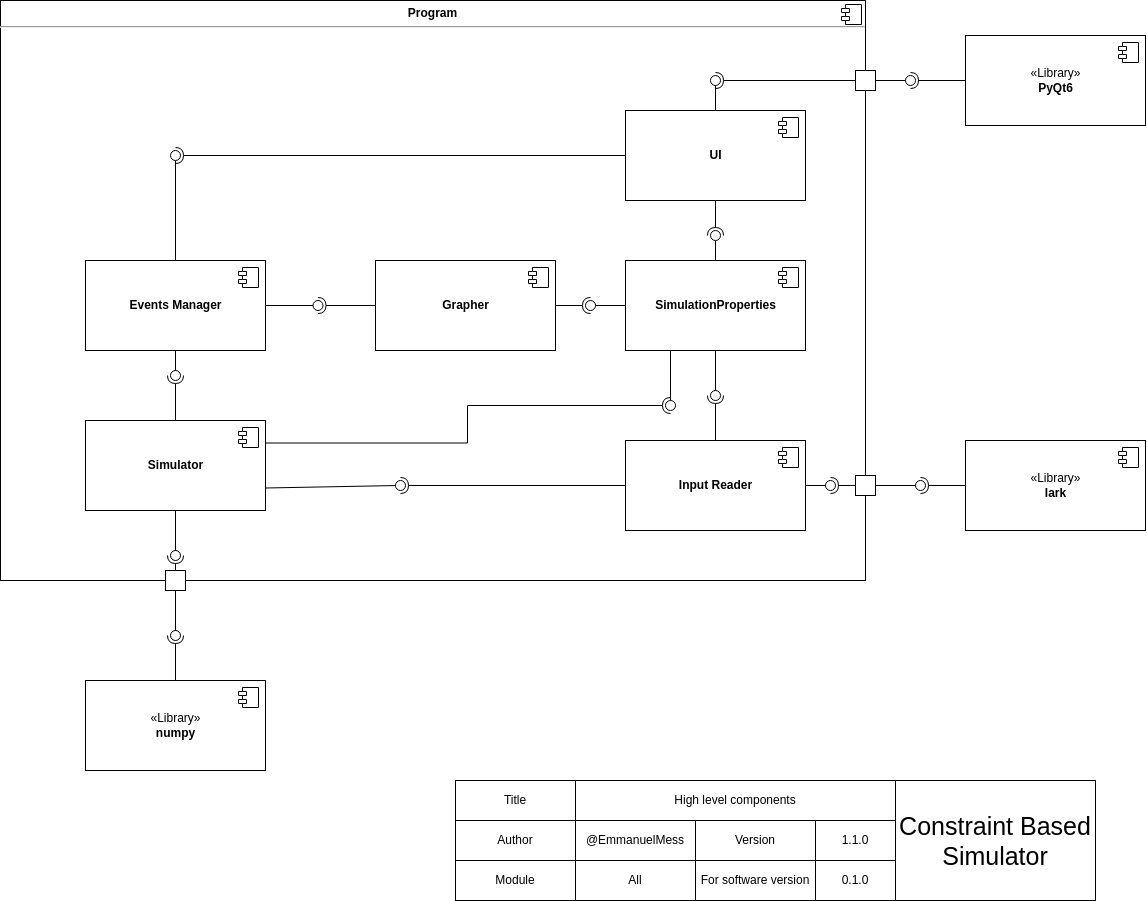
This is design/diagrams/component/high level components.png from EmmanuelMess/ConstraintBasedSimulator, a draw.io export, as it was before one commit. Source tidied: cells renumbered, new cells last; positions are measured from the earlier drawing's top-left corner, leaving out a move shared by most shapes.
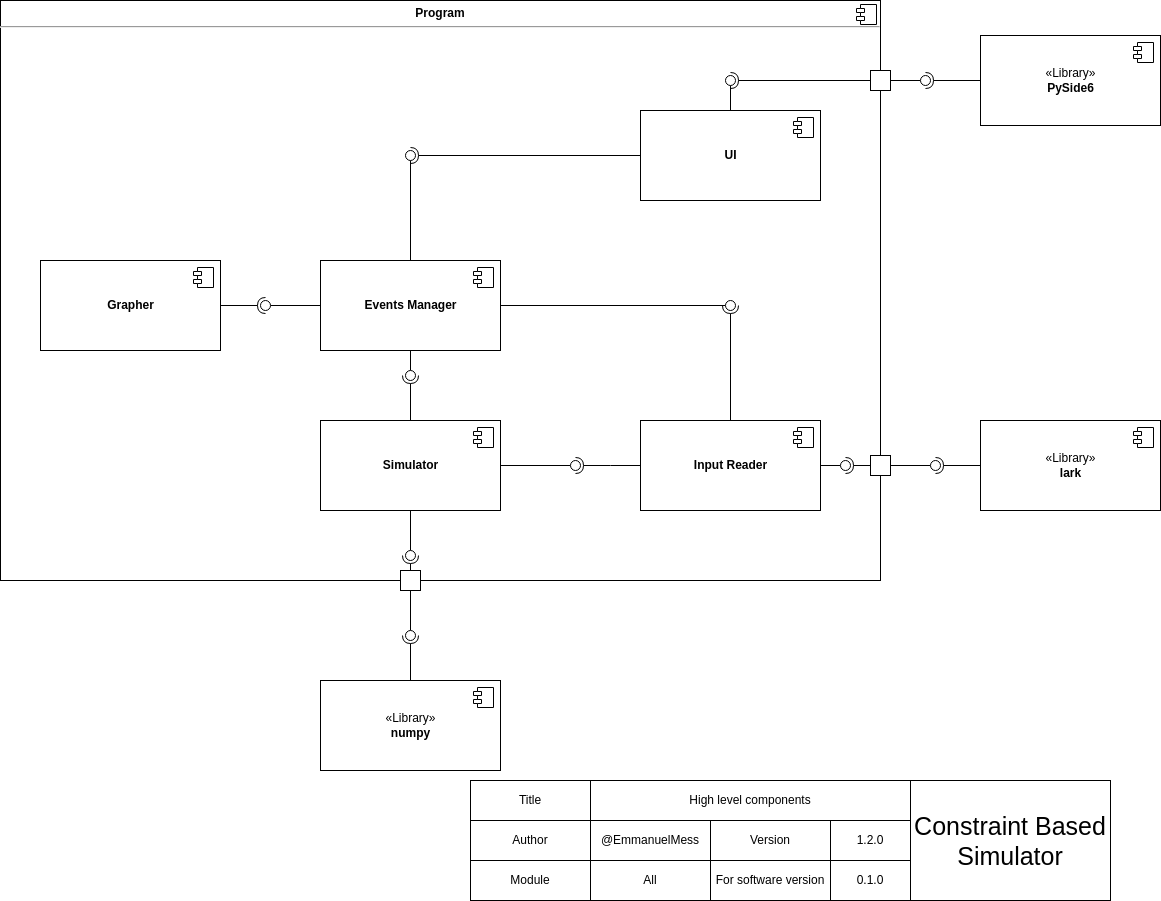
Later version of the same file.

Diff of the diagram source:
```diff
@@ -3,7 +3,7 @@
     <mxCell id="0" />
     <mxCell id="1" parent="0" />
     <mxCell id="2" value="&lt;p style=&quot;margin:0px;margin-top:6px;text-align:center;&quot;&gt;&lt;b&gt;Program&lt;/b&gt;&lt;/p&gt;&lt;hr&gt;&lt;p style=&quot;margin:0px;margin-left:8px;&quot;&gt;&lt;br&gt;&lt;/p&gt;" style="align=left;overflow=fill;html=1;shadow=0;fillColor=default;" parent="1" vertex="1">
-      <mxGeometry width="865" height="580" as="geometry" />
+      <mxGeometry x="-15" width="880" height="580" as="geometry" />
     </mxCell>
     <mxCell id="3" style="shape=component;jettyWidth=8;jettyHeight=4;" parent="2" vertex="1">
       <mxGeometry x="1" width="20" height="20" relative="1" as="geometry">
@@ -18,7 +18,7 @@
         <mxPoint x="-27" y="7" as="offset" />
       </mxGeometry>
     </mxCell>
-    <mxCell id="6" value="«Library»&lt;br&gt;&lt;b&gt;PyQt6&lt;/b&gt;" style="html=1;" parent="1" vertex="1">
+    <mxCell id="6" value="«Library»&lt;br&gt;&lt;b&gt;PySide6&lt;/b&gt;" style="html=1;" parent="1" vertex="1">
       <mxGeometry x="965" y="35" width="180" height="90" as="geometry" />
     </mxCell>
     <mxCell id="7" style="shape=module;jettyWidth=8;jettyHeight=4;" parent="6" vertex="1">
@@ -33,10 +33,10 @@
       <mxGeometry relative="1" as="geometry" />
     </mxCell>
     <mxCell id="10" style="ellipse;whiteSpace=wrap;html=1;align=center;points=[];outlineConnect=0;sketch=0;direction=south;" parent="1" vertex="1">
-      <mxGeometry x="170" y="150" width="10" height="10" as="geometry" />
+      <mxGeometry x="390" y="150" width="10" height="10" as="geometry" />
     </mxCell>
     <mxCell id="11" value="&lt;b&gt;Simulator&lt;/b&gt;" style="html=1;" parent="1" vertex="1">
-      <mxGeometry x="85" y="420" width="180" height="90" as="geometry" />
+      <mxGeometry x="305" y="420" width="180" height="90" as="geometry" />
     </mxCell>
     <mxCell id="12" style="shape=module;jettyWidth=8;jettyHeight=4;" parent="11" vertex="1">
       <mxGeometry x="1" width="20" height="20" relative="1" as="geometry">
@@ -50,27 +50,31 @@
       <mxGeometry relative="1" as="geometry" />
     </mxCell>
     <mxCell id="15" style="ellipse;whiteSpace=wrap;html=1;align=center;points=[];outlineConnect=0;sketch=0;" parent="1" vertex="1">
-      <mxGeometry x="170" y="370" width="10" height="10" as="geometry" />
+      <mxGeometry x="390" y="370" width="10" height="10" as="geometry" />
     </mxCell>
     <mxCell id="16" value="&lt;b&gt;Input Reader&lt;/b&gt;" style="html=1;" parent="1" vertex="1">
-      <mxGeometry x="625" y="440" width="180" height="90" as="geometry" />
+      <mxGeometry x="625" y="420" width="180" height="90" as="geometry" />
     </mxCell>
     <mxCell id="17" style="shape=module;jettyWidth=8;jettyHeight=4;" parent="16" vertex="1">
       <mxGeometry x="1" width="20" height="20" relative="1" as="geometry">
         <mxPoint x="-27" y="7" as="offset" />
       </mxGeometry>
     </mxCell>
-    <mxCell id="18" style="rounded=0;jettySize=auto;html=1;endArrow=none;endFill=0;sketch=0;sourcePerimeterSpacing=0;targetPerimeterSpacing=0;exitX=1;exitY=0.75;exitDx=0;exitDy=0;" parent="1" edge="1" source="11" target="20">
+    <mxCell id="18" style="rounded=0;jettySize=auto;html=1;endArrow=none;endFill=0;sketch=0;sourcePerimeterSpacing=0;targetPerimeterSpacing=0;" parent="1" edge="1" source="11" target="20">
       <mxGeometry relative="1" as="geometry" />
     </mxCell>
     <mxCell id="19" style="rounded=0;jettySize=auto;html=1;endArrow=halfCircle;endFill=0;entryX=0.5;entryY=0.5;endSize=6;strokeWidth=1;sketch=0;" parent="1" edge="1" source="16" target="20">
-      <mxGeometry relative="1" as="geometry" />
+      <mxGeometry relative="1" as="geometry">
+        <Array as="points">
+          <mxPoint x="595" y="465" />
+        </Array>
+      </mxGeometry>
     </mxCell>
     <mxCell id="20" style="ellipse;whiteSpace=wrap;html=1;align=center;points=[];outlineConnect=0;sketch=0;" parent="1" vertex="1">
-      <mxGeometry x="395" y="480" width="10" height="10" as="geometry" />
+      <mxGeometry x="555" y="460" width="10" height="10" as="geometry" />
     </mxCell>
     <mxCell id="21" value="«Library»&lt;br&gt;&lt;b&gt;numpy&lt;/b&gt;" style="html=1;" parent="1" vertex="1">
-      <mxGeometry x="85" y="680" width="180" height="90" as="geometry" />
+      <mxGeometry x="305" y="680" width="180" height="90" as="geometry" />
     </mxCell>
     <mxCell id="22" style="shape=module;jettyWidth=8;jettyHeight=4;" parent="21" vertex="1">
       <mxGeometry x="1" width="20" height="20" relative="1" as="geometry">
@@ -78,7 +82,7 @@
       </mxGeometry>
     </mxCell>
     <mxCell id="23" value="«Library»&lt;br&gt;&lt;b&gt;lark&lt;/b&gt;" style="html=1;" parent="1" vertex="1">
-      <mxGeometry x="965" y="440" width="180" height="90" as="geometry" />
+      <mxGeometry x="965" y="420" width="180" height="90" as="geometry" />
     </mxCell>
     <mxCell id="24" style="shape=module;jettyWidth=8;jettyHeight=4;" parent="23" vertex="1">
       <mxGeometry x="1" width="20" height="20" relative="1" as="geometry">
@@ -89,10 +93,10 @@
       <mxGeometry x="855" y="70" width="20" height="20" as="geometry" />
     </mxCell>
     <mxCell id="26" style="html=1;rounded=0;fillColor=default;" parent="1" vertex="1">
-      <mxGeometry x="855" y="475" width="20" height="20" as="geometry" />
+      <mxGeometry x="855" y="455" width="20" height="20" as="geometry" />
     </mxCell>
     <mxCell id="27" style="html=1;rounded=0;fillColor=default;" parent="1" vertex="1">
-      <mxGeometry x="165" y="570" width="20" height="20" as="geometry" />
+      <mxGeometry x="385" y="570" width="20" height="20" as="geometry" />
     </mxCell>
     <mxCell id="28" style="rounded=0;jettySize=auto;html=1;endArrow=none;endFill=0;sketch=0;sourcePerimeterSpacing=0;targetPerimeterSpacing=0;" parent="1" edge="1" source="25" target="30">
       <mxGeometry relative="1" as="geometry" />
@@ -110,7 +114,7 @@
       <mxGeometry relative="1" as="geometry" />
     </mxCell>
     <mxCell id="33" style="ellipse;whiteSpace=wrap;html=1;align=center;points=[];outlineConnect=0;sketch=0;fillColor=default;" parent="1" vertex="1">
-      <mxGeometry x="915" y="480" width="10" height="10" as="geometry" />
+      <mxGeometry x="915" y="460" width="10" height="10" as="geometry" />
     </mxCell>
     <mxCell id="34" style="rounded=0;jettySize=auto;html=1;endArrow=none;endFill=0;sketch=0;sourcePerimeterSpacing=0;targetPerimeterSpacing=0;" parent="1" edge="1" source="27" target="36">
       <mxGeometry relative="1" as="geometry" />
@@ -119,10 +123,10 @@
       <mxGeometry relative="1" as="geometry" />
     </mxCell>
     <mxCell id="36" style="ellipse;whiteSpace=wrap;html=1;align=center;points=[];outlineConnect=0;sketch=0;fillColor=default;" parent="1" vertex="1">
-      <mxGeometry x="170" y="630" width="10" height="10" as="geometry" />
+      <mxGeometry x="390" y="630" width="10" height="10" as="geometry" />
     </mxCell>
     <mxCell id="37" value="&lt;b&gt;Events Manager&lt;/b&gt;" style="html=1;" parent="1" vertex="1">
-      <mxGeometry x="85" y="260" width="180" height="90" as="geometry" />
+      <mxGeometry x="305" y="260" width="180" height="90" as="geometry" />
     </mxCell>
     <mxCell id="38" style="shape=module;jettyWidth=8;jettyHeight=4;" parent="37" vertex="1">
       <mxGeometry x="1" width="20" height="20" relative="1" as="geometry">
@@ -130,21 +134,21 @@
       </mxGeometry>
     </mxCell>
     <mxCell id="39" value="&lt;b&gt;Grapher&lt;/b&gt;" style="html=1;" parent="1" vertex="1">
-      <mxGeometry x="375" y="260" width="180" height="90" as="geometry" />
+      <mxGeometry x="25" y="260" width="180" height="90" as="geometry" />
     </mxCell>
     <mxCell id="40" style="shape=module;jettyWidth=8;jettyHeight=4;" parent="39" vertex="1">
       <mxGeometry x="1" width="20" height="20" relative="1" as="geometry">
         <mxPoint x="-27" y="7" as="offset" />
       </mxGeometry>
     </mxCell>
-    <mxCell id="41" style="rounded=0;jettySize=auto;html=1;endArrow=none;endFill=0;sketch=0;sourcePerimeterSpacing=0;targetPerimeterSpacing=0;" parent="1" edge="1" source="37" target="43">
+    <mxCell id="41" style="rounded=0;jettySize=auto;html=1;endArrow=none;endFill=0;sketch=0;sourcePerimeterSpacing=0;targetPerimeterSpacing=0;exitX=0;exitY=0.5;exitDx=0;exitDy=0;" parent="1" edge="1" source="37" target="43">
       <mxGeometry relative="1" as="geometry" />
     </mxCell>
     <mxCell id="42" style="rounded=0;jettySize=auto;html=1;endArrow=halfCircle;endFill=0;entryX=0.5;entryY=0.5;endSize=6;strokeWidth=1;sketch=0;" parent="1" edge="1" source="39" target="43">
       <mxGeometry relative="1" as="geometry" />
     </mxCell>
     <mxCell id="43" style="ellipse;whiteSpace=wrap;html=1;align=center;points=[];outlineConnect=0;sketch=0;" parent="1" vertex="1">
-      <mxGeometry x="312.5" y="300" width="10" height="10" as="geometry" />
+      <mxGeometry x="245" y="300" width="10" height="10" as="geometry" />
     </mxCell>
     <mxCell id="44" style="rounded=0;jettySize=auto;html=1;endArrow=none;endFill=0;sketch=0;sourcePerimeterSpacing=0;targetPerimeterSpacing=0;exitX=0.5;exitY=0;exitDx=0;exitDy=0;" parent="1" edge="1" source="4" target="46">
       <mxGeometry relative="1" as="geometry" />
@@ -162,7 +166,7 @@
       <mxGeometry relative="1" as="geometry" />
     </mxCell>
     <mxCell id="49" style="ellipse;whiteSpace=wrap;html=1;align=center;points=[];outlineConnect=0;sketch=0;fillColor=default;" parent="1" vertex="1">
-      <mxGeometry x="825" y="480" width="10" height="10" as="geometry" />
+      <mxGeometry x="825" y="460" width="10" height="10" as="geometry" />
     </mxCell>
     <mxCell id="50" value="Title" style="rounded=0;whiteSpace=wrap;html=1;" parent="1" vertex="1">
       <mxGeometry x="455" y="780" width="120" height="40" as="geometry" />
@@ -188,7 +192,7 @@
     <mxCell id="57" value="&lt;font style=&quot;font-size: 25px;&quot;&gt;Constraint Based Simulator&lt;/font&gt;" style="rounded=0;whiteSpace=wrap;html=1;" parent="1" vertex="1">
       <mxGeometry x="895" y="780" width="200" height="120" as="geometry" />
     </mxCell>
-    <mxCell id="58" value="1.1.0" style="rounded=0;whiteSpace=wrap;html=1;" parent="1" vertex="1">
+    <mxCell id="58" value="1.2.0" style="rounded=0;whiteSpace=wrap;html=1;" parent="1" vertex="1">
       <mxGeometry x="815" y="820" width="80" height="40" as="geometry" />
     </mxCell>
     <mxCell id="59" value="For software version" style="rounded=0;whiteSpace=wrap;html=1;" parent="1" vertex="1">
@@ -202,55 +206,20 @@
     </mxCell>
     <mxCell id="62" style="rounded=0;jettySize=auto;html=1;endArrow=halfCircle;endFill=0;entryX=0.5;entryY=0.5;endSize=6;strokeWidth=1;sketch=0;" parent="1" edge="1" target="63">
       <mxGeometry relative="1" as="geometry">
-        <mxPoint x="175" y="570" as="sourcePoint" />
+        <mxPoint x="395" y="570" as="sourcePoint" />
       </mxGeometry>
     </mxCell>
     <mxCell id="63" style="ellipse;whiteSpace=wrap;html=1;align=center;points=[];outlineConnect=0;sketch=0;fillColor=default;" parent="1" vertex="1">
-      <mxGeometry x="170" y="550" width="10" height="10" as="geometry" />
+      <mxGeometry x="390" y="550" width="10" height="10" as="geometry" />
     </mxCell>
-    <mxCell id="64" value="&lt;b&gt;SimulationProperties&lt;/b&gt;" style="html=1;" parent="1" vertex="1">
-      <mxGeometry x="625" y="260" width="180" height="90" as="geometry" />
-    </mxCell>
-    <mxCell id="65" style="shape=module;jettyWidth=8;jettyHeight=4;" parent="64" vertex="1">
-      <mxGeometry x="1" width="20" height="20" relative="1" as="geometry">
-        <mxPoint x="-27" y="7" as="offset" />
-      </mxGeometry>
-    </mxCell>
-    <mxCell id="66" style="rounded=0;jettySize=auto;html=1;endArrow=none;endFill=0;sketch=0;sourcePerimeterSpacing=0;targetPerimeterSpacing=0;exitX=0;exitY=0.5;exitDx=0;exitDy=0;" parent="1" edge="1" source="64" target="68">
-      <mxGeometry relative="1" as="geometry" />
-    </mxCell>
-    <mxCell id="67" style="rounded=0;jettySize=auto;html=1;endArrow=halfCircle;endFill=0;entryX=0.5;entryY=0.5;endSize=6;strokeWidth=1;sketch=0;exitX=1;exitY=0.5;exitDx=0;exitDy=0;" parent="1" edge="1" source="39" target="68">
-      <mxGeometry relative="1" as="geometry" />
-    </mxCell>
-    <mxCell id="68" style="ellipse;whiteSpace=wrap;html=1;align=center;points=[];outlineConnect=0;sketch=0;fillColor=default;" parent="1" vertex="1">
-      <mxGeometry x="585" y="300" width="10" height="10" as="geometry" />
-    </mxCell>
-    <mxCell id="69" style="rounded=0;jettySize=auto;html=1;endArrow=none;endFill=0;sketch=0;sourcePerimeterSpacing=0;targetPerimeterSpacing=0;" parent="1" edge="1" source="64" target="71">
+    <mxCell id="69" style="rounded=0;jettySize=auto;html=1;endArrow=none;endFill=0;sketch=0;sourcePerimeterSpacing=0;targetPerimeterSpacing=0;" parent="1" edge="1" source="37" target="71">
       <mxGeometry relative="1" as="geometry" />
     </mxCell>
     <mxCell id="70" style="rounded=0;jettySize=auto;html=1;endArrow=halfCircle;endFill=0;entryX=0.5;entryY=0.5;endSize=6;strokeWidth=1;sketch=0;exitX=0.5;exitY=0;exitDx=0;exitDy=0;" parent="1" edge="1" source="16" target="71">
       <mxGeometry relative="1" as="geometry" />
     </mxCell>
     <mxCell id="71" style="ellipse;whiteSpace=wrap;html=1;align=center;points=[];outlineConnect=0;sketch=0;fillColor=default;" parent="1" vertex="1">
-      <mxGeometry x="710" y="390" width="10" height="10" as="geometry" />
+      <mxGeometry x="710" y="300" width="10" height="10" as="geometry" />
     </mxCell>
-    <mxCell id="72" style="rounded=0;jettySize=auto;html=1;endArrow=none;endFill=0;sketch=0;sourcePerimeterSpacing=0;targetPerimeterSpacing=0;exitX=0.5;exitY=0;exitDx=0;exitDy=0;" parent="1" edge="1" source="64" target="74">
-      <mxGeometry relative="1" as="geometry" />
-    </mxCell>
-    <mxCell id="73" style="rounded=0;jettySize=auto;html=1;endArrow=halfCircle;endFill=0;entryX=0.5;entryY=0.5;endSize=6;strokeWidth=1;sketch=0;exitX=0.5;exitY=1;exitDx=0;exitDy=0;" parent="1" edge="1" source="4" target="74">
-      <mxGeometry relative="1" as="geometry" />
-    </mxCell>
-    <mxCell id="74" style="ellipse;whiteSpace=wrap;html=1;align=center;points=[];outlineConnect=0;sketch=0;fillColor=default;" parent="1" vertex="1">
-      <mxGeometry x="710" y="230" width="10" height="10" as="geometry" />
-    </mxCell>
-    <mxCell id="75" style="rounded=0;jettySize=auto;html=1;endArrow=none;endFill=0;sketch=0;sourcePerimeterSpacing=0;targetPerimeterSpacing=0;exitX=0.25;exitY=1;exitDx=0;exitDy=0;" parent="1" edge="1" source="64" target="77">
-      <mxGeometry relative="1" as="geometry" />
-    </mxCell>
-    <mxCell id="76" style="rounded=0;jettySize=auto;html=1;endArrow=halfCircle;endFill=0;entryX=0.5;entryY=0.5;endSize=6;strokeWidth=1;sketch=0;exitX=1;exitY=0.25;exitDx=0;exitDy=0;edgeStyle=elbowEdgeStyle;" parent="1" edge="1" source="11" target="77">
-      <mxGeometry relative="1" as="geometry" />
-    </mxCell>
-    <mxCell id="77" style="ellipse;whiteSpace=wrap;html=1;align=center;points=[];outlineConnect=0;sketch=0;fillColor=default;" parent="1" vertex="1">
-      <mxGeometry x="665" y="400" width="10" height="10" as="geometry" />
-    </mxCell>
   </root>
 </mxGraphModel>
```
